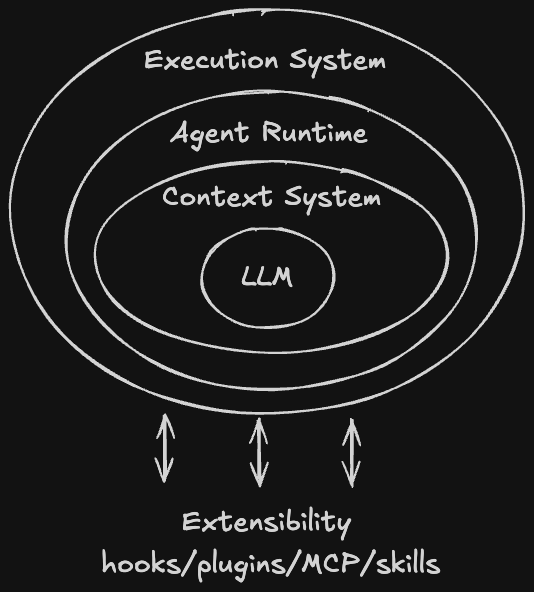
The Excalidraw diagram images/harness_p1_02.png in Qwenbo/inside-agent-harness, before a commit. Source tidied: one line per element, renumbered; positions are measured from the earlier drawing's top-left corner, leaving out a move shared by most shapes.
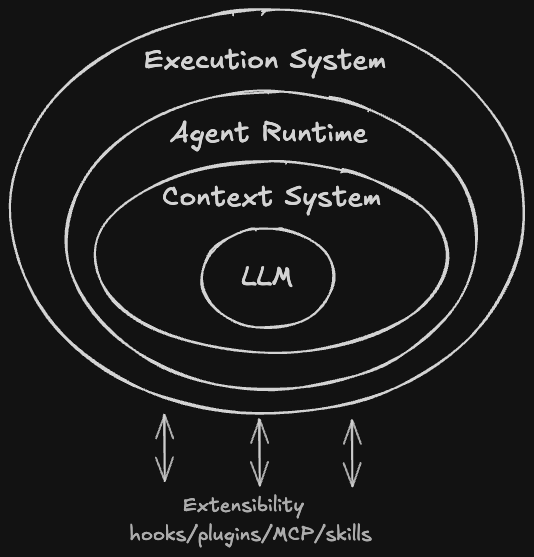
Later version of the same file.

What changed in the source:
```diff
@@ -6,11 +6,11 @@
 {"id": 5, "type": "text", "text": "Agent Runtime", "strokeColor": "#1e1e1e", "strokeWidth": 2, "roughness": 1, "fontSize": 28, "fontFamily": 5, "x": 160, "y": 106, "width": 198, "height": 35}
 {"id": 6, "type": "ellipse", "strokeColor": "#1e1e1e", "strokeWidth": 2, "roughness": 1, "round": true, "x": 0, "y": 0, "width": 515, "height": 404}
 {"id": 7, "type": "text", "text": "Execution System", "strokeColor": "#1e1e1e", "strokeWidth": 2, "roughness": 1, "fontSize": 28, "fontFamily": 5, "x": 134, "y": 34, "width": 242, "height": 35}
-{"id": 8, "type": "text", "text": "Extensibility", "strokeColor": "#1e1e1e", "strokeWidth": 2, "roughness": 1, "fontSize": 28, "fontFamily": 5, "x": 172, "y": 496, "width": 169, "height": 35}
+{"id": 8, "type": "text", "text": "Extensibility", "strokeColor": "#1e1e1e", "strokeWidth": 2, "roughness": 1, "opacity": 80, "fontSize": 20, "fontFamily": 5, "x": 173, "y": 483, "width": 121, "height": 25}
-{"id": 9, "type": "text", "text": "hooks/plugins/MCP/skills", "strokeColor": "#1e1e1e", "strokeWidth": 2, "roughness": 1, "fontSize": 28, "fontFamily": 5, "x": 91, "y": 537, "width": 339, "height": 35}
+{"id": 9, "type": "text", "text": "hooks/plugins/MCP/skills", "strokeColor": "#1e1e1e", "strokeWidth": 2, "roughness": 1, "opacity": 80, "fontSize": 20, "fontFamily": 5, "x": 120, "y": 512, "width": 242, "height": 25}
-{"id": 10, "type": "arrow", "strokeColor": "#1e1e1e", "strokeWidth": 2, "roughness": 1, "endArrowhead": "arrow", "round": true, "x": 250, "y": 468, "width": 0, "height": 59, "points": [[0, 0], [0, -59]]}
+{"id": 10, "type": "arrow", "strokeColor": "#1e1e1e", "strokeWidth": 2, "roughness": 0, "opacity": 80, "endArrowhead": "arrow", "round": true, "x": 250, "y": 468, "width": 0, "height": 59, "points": [[0, 0], [0, -59]]}
-{"id": 11, "type": "arrow", "strokeColor": "#1e1e1e", "strokeWidth": 2, "roughness": 1, "endArrowhead": "arrow", "round": true, "x": 249, "y": 409, "width": 1, "height": 66, "points": [[0, 0], [1, 66]]}
+{"id": 11, "type": "arrow", "strokeColor": "#1e1e1e", "strokeWidth": 2, "roughness": 0, "opacity": 80, "endArrowhead": "arrow", "round": true, "x": 249, "y": 409, "width": 1, "height": 66, "points": [[0, 0], [1, 66]]}
-{"id": 12, "type": "arrow", "strokeColor": "#1e1e1e", "strokeWidth": 2, "roughness": 1, "endArrowhead": "arrow", "round": true, "x": 342, "y": 469, "width": 0, "height": 59, "points": [[0, 0], [0, -59]]}
+{"id": 12, "type": "arrow", "strokeColor": "#1e1e1e", "strokeWidth": 2, "roughness": 0, "opacity": 80, "endArrowhead": "arrow", "round": true, "x": 342, "y": 469, "width": 0, "height": 59, "points": [[0, 0], [0, -59]]}
-{"id": 13, "type": "arrow", "strokeColor": "#1e1e1e", "strokeWidth": 2, "roughness": 1, "endArrowhead": "arrow", "round": true, "x": 342, "y": 410, "width": 1, "height": 66, "points": [[0, 0], [1, 66]]}
+{"id": 13, "type": "arrow", "strokeColor": "#1e1e1e", "strokeWidth": 2, "roughness": 0, "opacity": 80, "endArrowhead": "arrow", "round": true, "x": 342, "y": 410, "width": 1, "height": 66, "points": [[0, 0], [1, 66]]}
-{"id": 14, "type": "arrow", "strokeColor": "#1e1e1e", "strokeWidth": 2, "roughness": 1, "endArrowhead": "arrow", "round": true, "x": 155, "y": 464, "width": 0, "height": 59, "points": [[0, 0], [0, -59]]}
+{"id": 14, "type": "arrow", "strokeColor": "#1e1e1e", "strokeWidth": 2, "roughness": 0, "opacity": 80, "endArrowhead": "arrow", "round": true, "x": 155, "y": 464, "width": 0, "height": 59, "points": [[0, 0], [0, -59]]}
-{"id": 15, "type": "arrow", "strokeColor": "#1e1e1e", "strokeWidth": 2, "roughness": 1, "endArrowhead": "arrow", "round": true, "x": 154, "y": 405, "width": 1, "height": 66, "points": [[0, 0], [1, 66]]}
+{"id": 15, "type": "arrow", "strokeColor": "#1e1e1e", "strokeWidth": 2, "roughness": 0, "opacity": 80, "endArrowhead": "arrow", "round": true, "x": 154, "y": 405, "width": 1, "height": 66, "points": [[0, 0], [1, 66]]}
```
